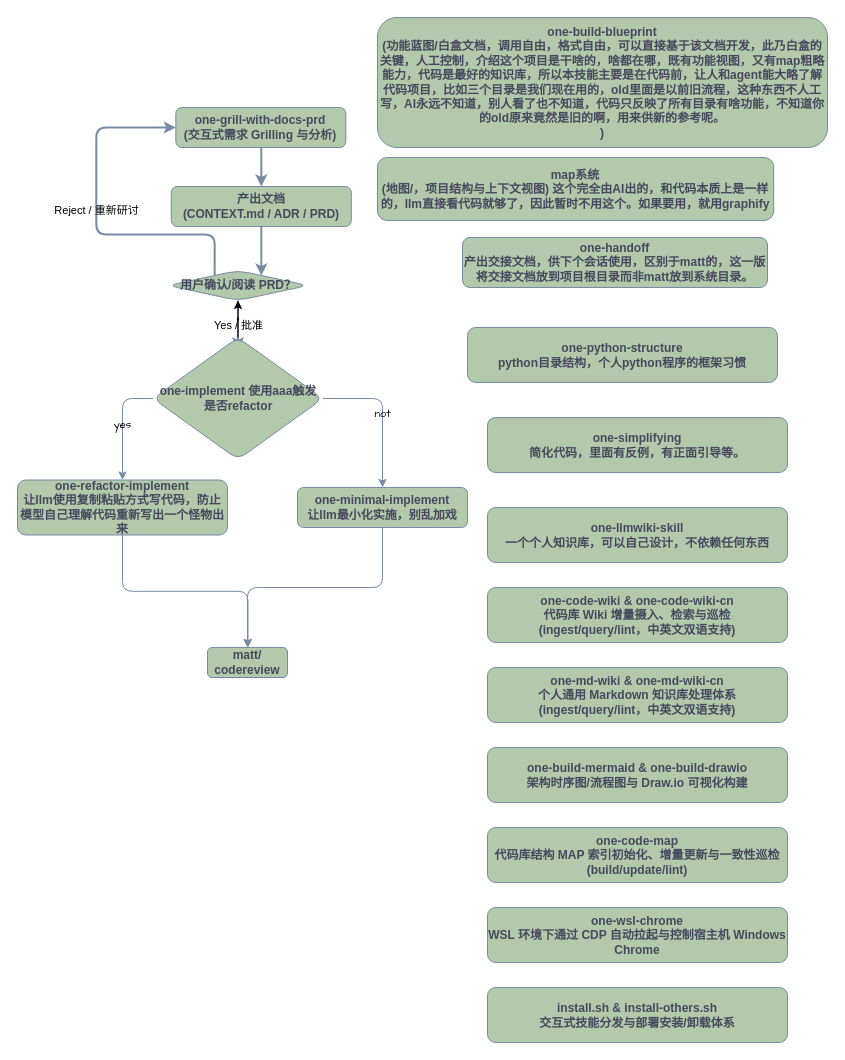
This is skills.drawio from wupengbo125/one-skills, a draw.io file, before an edit. Source tidied: cells renumbered, new cells numbered last; positions are measured from the earlier drawing's top-left corner, leaving out a move shared by most shapes. Both pictures are drawn from the tidied source at 100%, with x=0, y=0 at pixel (17, 17).
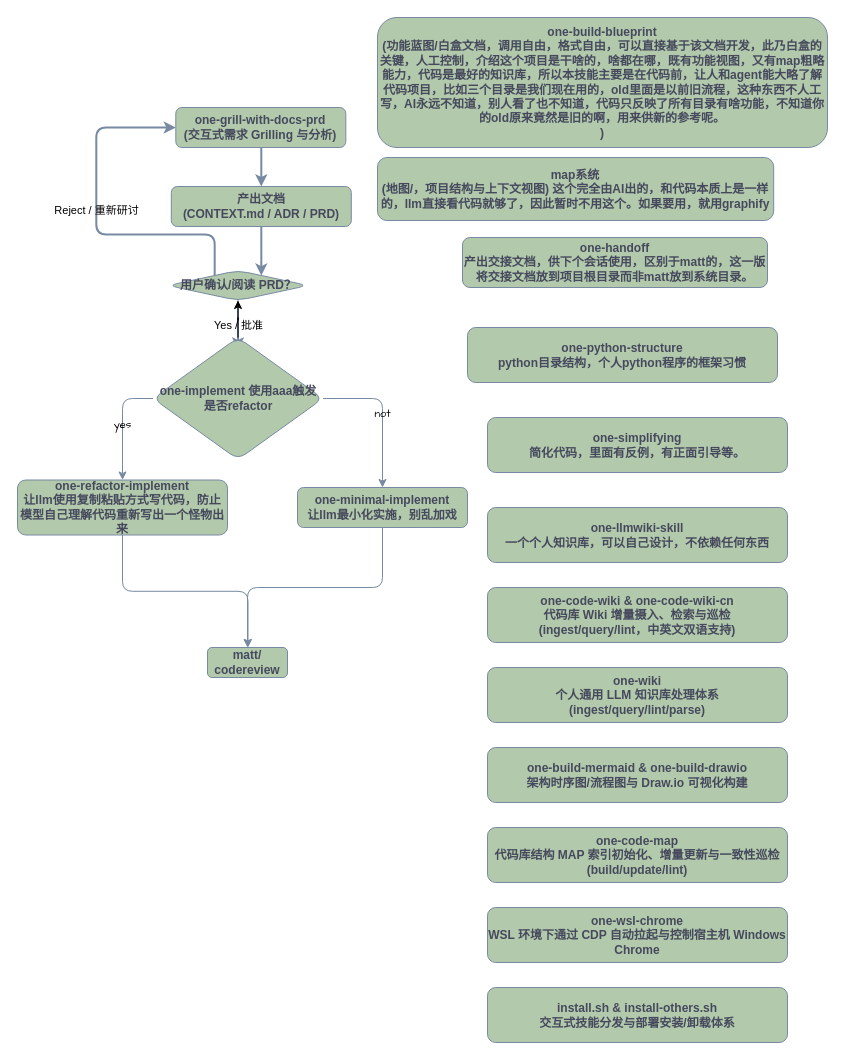
The same diagram, later.

Commit message (it also covers changes not shown here):
refactor(skills): remove deprecated one-md-wiki and consolidate into one-wiki

Change to the diagram source:
```diff
@@
-    <mxCell id="26" value="one-md-wiki &amp;amp; one-md-wiki-cn&lt;br&gt;个人通用 Markdown 知识库处理体系 (ingest/query/lint，中英文双语支持)" style="whiteSpace=wrap;html=1;fillColor=#B2C9AB;strokeColor=#788AA3;fontStyle=1;rounded=1;labelBackgroundColor=none;fontColor=#46495D;" parent="1" vertex="1">
+    <mxCell id="26" value="one-wiki&lt;br&gt;个人通用 LLM 知识库处理体系 (ingest/query/lint/parse)" style="whiteSpace=wrap;html=1;fillColor=#B2C9AB;strokeColor=#788AA3;fontStyle=1;rounded=1;labelBackgroundColor=none;fontColor=#46495D;" parent="1" vertex="1">
       <mxGeometry x="470" y="650" width="300" height="55" as="geometry" />
     </mxCell>
```
